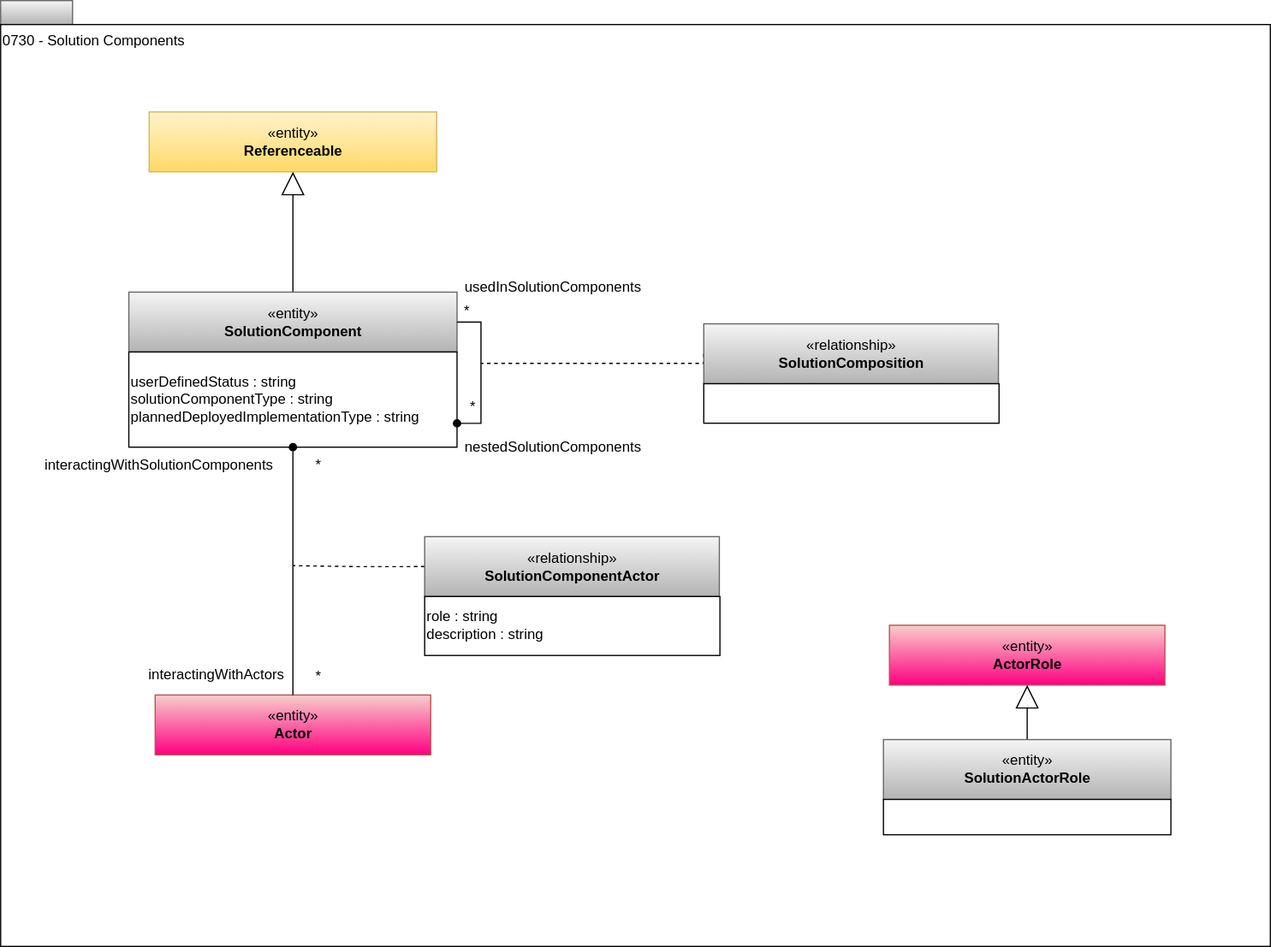
Above: site/docs/types/7/0730-Solution-Components.svg in odpi/egeria-docs (draw.io), before the change. Source tidied: cells renumbered, new cells last; positions are measured from the earlier drawing's top-left corner, leaving out a move shared by most shapes.
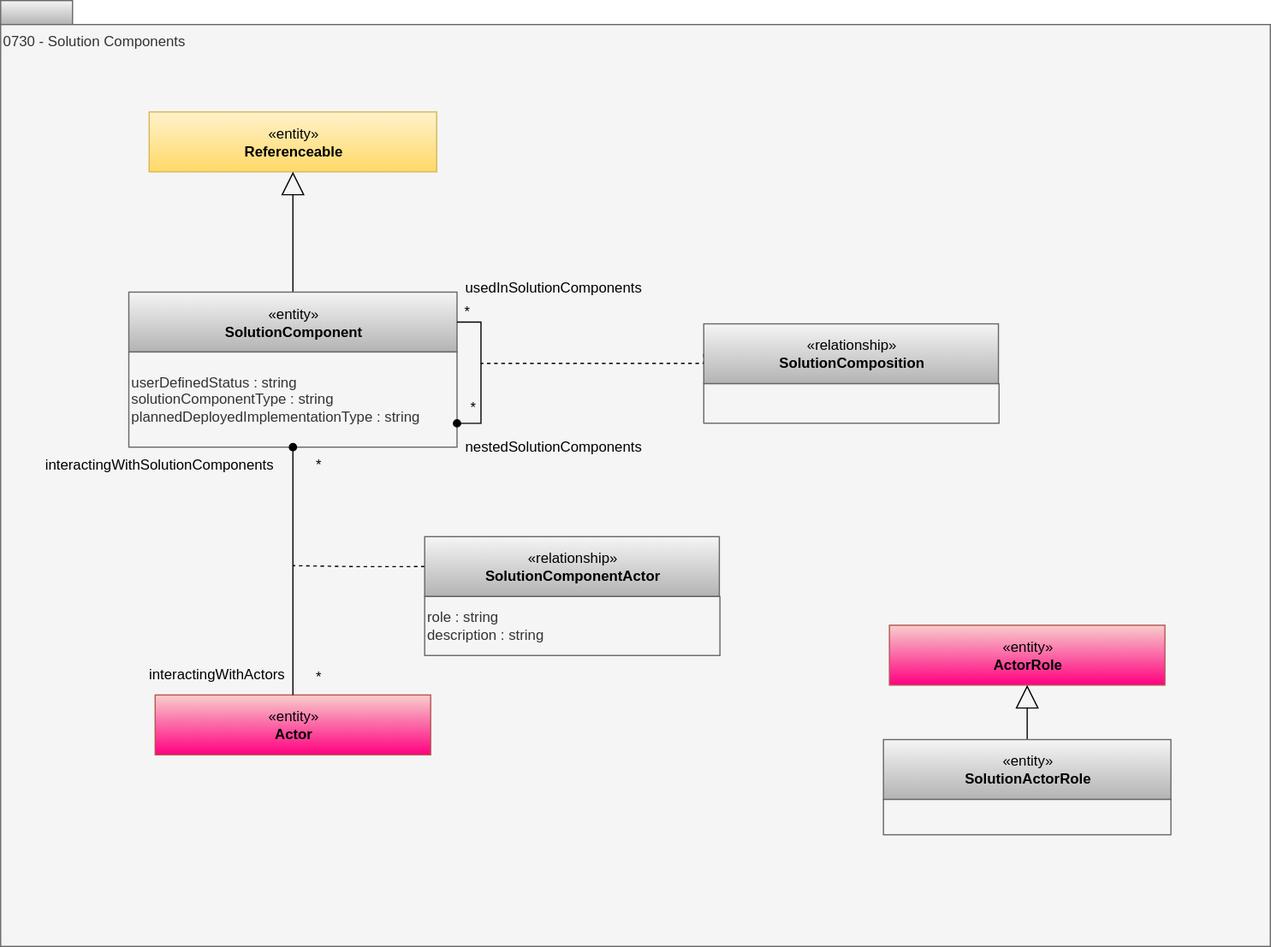
The same file after the commit.

Diff of the diagram source:
```diff
@@ -5,7 +5,7 @@
     <mxCell id="2" style="rounded=0;whiteSpace=wrap;html=1;align=left;fillColor=#f5f5f5;strokeColor=#666666;gradientColor=#b3b3b3;" parent="1" vertex="1">
       <mxGeometry width="60" height="20" as="geometry" />
     </mxCell>
-    <mxCell id="3" value="0730 - Solution Components" style="rounded=0;whiteSpace=wrap;html=1;align=left;verticalAlign=top;" parent="1" vertex="1">
+    <mxCell id="3" value="0730 - Solution Components" style="rounded=0;whiteSpace=wrap;html=1;align=left;verticalAlign=top;fillColor=#f5f5f5;fontColor=#333333;strokeColor=#666666;" parent="1" vertex="1">
       <mxGeometry y="20" width="1060" height="770" as="geometry" />
     </mxCell>
     <mxCell id="4" value="«entity»&lt;br&gt;&lt;b&gt;Referenceable&lt;/b&gt;" style="html=1;strokeColor=#d6b656;align=center;fillColor=#fff2cc;gradientColor=#ffd966;" parent="1" vertex="1">
@@ -22,7 +22,7 @@
     <mxCell id="6" value="«relationship»&lt;br&gt;&lt;b&gt;SolutionComposition&lt;/b&gt;" style="html=1;strokeColor=#666666;align=center;fillColor=#f5f5f5;gradientColor=#b3b3b3;" parent="1" vertex="1">
       <mxGeometry x="587" y="270" width="246" height="50" as="geometry" />
     </mxCell>
-    <mxCell id="7" style="rounded=0;whiteSpace=wrap;html=1;strokeColor=#000000;gradientColor=#ffffff;align=left;" parent="1" vertex="1">
+    <mxCell id="7" style="rounded=0;whiteSpace=wrap;html=1;strokeColor=#666666;align=left;fillColor=#f5f5f5;fontColor=#333333;" parent="1" vertex="1">
       <mxGeometry x="587" y="320" width="246.5" height="33" as="geometry" />
     </mxCell>
     <mxCell id="8" style="edgeStyle=orthogonalEdgeStyle;rounded=0;jettySize=auto;html=1;exitX=0.5;exitY=0;exitDx=0;exitDy=0;endArrow=block;endFill=0;endSize=17;" parent="1" edge="1" source="9" target="4">
@@ -31,7 +31,7 @@
     <mxCell id="9" value="«entity»&lt;br&gt;&lt;b&gt;SolutionComponent&lt;/b&gt;" style="html=1;strokeColor=#666666;align=center;fillColor=#f5f5f5;gradientColor=#b3b3b3;" parent="1" vertex="1">
       <mxGeometry x="107" y="243.5" width="274" height="50" as="geometry" />
     </mxCell>
-    <mxCell id="10" value="&lt;div&gt;userDefinedStatus : string&lt;br&gt;&lt;div style=&quot;text-align: left&quot;&gt;&lt;/div&gt;&lt;div&gt;solutionComponentType : string&lt;/div&gt;&lt;div&gt;plannedDeployedImplementationType : string&lt;/div&gt;&lt;/div&gt;" style="rounded=0;whiteSpace=wrap;html=1;strokeColor=#000000;gradientColor=#ffffff;align=left;" parent="1" vertex="1">
+    <mxCell id="10" value="&lt;div&gt;userDefinedStatus : string&lt;br&gt;&lt;div style=&quot;text-align: left&quot;&gt;&lt;/div&gt;&lt;div&gt;solutionComponentType : string&lt;/div&gt;&lt;div&gt;plannedDeployedImplementationType : string&lt;/div&gt;&lt;/div&gt;" style="rounded=0;whiteSpace=wrap;html=1;strokeColor=#666666;align=left;fillColor=#f5f5f5;fontColor=#333333;" parent="1" vertex="1">
       <mxGeometry x="107" y="293.5" width="274" height="79.5" as="geometry" />
     </mxCell>
     <mxCell id="11" value="usedInSolutionComponents" style="text;html=1;align=center;verticalAlign=top;spacingTop=-4;" parent="1" vertex="1">
@@ -60,7 +60,7 @@
     <mxCell id="18" value="«relationship»&lt;br&gt;&lt;b&gt;SolutionComponentActor&lt;/b&gt;" style="html=1;strokeColor=#666666;align=center;fillColor=#f5f5f5;gradientColor=#b3b3b3;" parent="1" vertex="1">
       <mxGeometry x="354" y="447.8" width="246" height="50" as="geometry" />
     </mxCell>
-    <mxCell id="19" value="role : string&lt;div&gt;description : string&lt;/div&gt;" style="rounded=0;whiteSpace=wrap;html=1;strokeColor=#000000;gradientColor=#ffffff;align=left;" parent="1" vertex="1">
+    <mxCell id="19" value="role : string&lt;div&gt;description : string&lt;/div&gt;" style="rounded=0;whiteSpace=wrap;html=1;strokeColor=#666666;align=left;fillColor=#f5f5f5;fontColor=#333333;" parent="1" vertex="1">
       <mxGeometry x="354" y="497.8" width="246.5" height="49.2" as="geometry" />
     </mxCell>
     <mxCell id="20" value="interactingWithSolutionComponents" style="text;html=1;align=center;verticalAlign=middle;strokeColor=none;fillColor=none;" parent="1" vertex="1">
@@ -87,7 +87,7 @@
     <mxCell id="27" value="«entity»&lt;br&gt;&lt;b&gt;SolutionActorRole&lt;/b&gt;" style="html=1;strokeColor=#666666;align=center;fillColor=#f5f5f5;gradientColor=#b3b3b3;" parent="1" vertex="1">
       <mxGeometry x="737" y="617.2" width="240" height="50" as="geometry" />
     </mxCell>
-    <mxCell id="28" value="&lt;br&gt;&lt;div style=&quot;text-align: left&quot;&gt;&lt;/div&gt;" style="rounded=0;whiteSpace=wrap;html=1;strokeColor=#000000;gradientColor=#ffffff;align=left;" parent="1" vertex="1">
+    <mxCell id="28" value="&lt;br&gt;&lt;div style=&quot;text-align: left&quot;&gt;&lt;/div&gt;" style="rounded=0;whiteSpace=wrap;html=1;strokeColor=#666666;align=left;fillColor=#f5f5f5;fontColor=#333333;" parent="1" vertex="1">
       <mxGeometry x="737" y="667.2" width="240" height="29.5" as="geometry" />
     </mxCell>
   </root>
```
